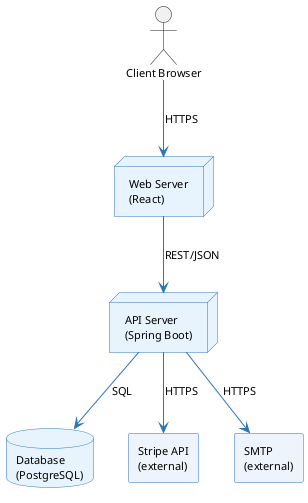
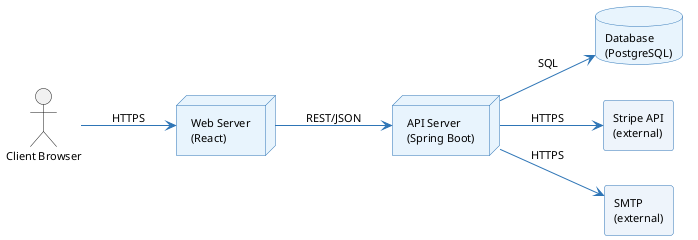
@startuml pa-deployment-en
skinparam defaultFontSize 11
skinparam shadowing false
skinparam ArrowColor #2E75B6
skinparam nodeBorderColor #2E75B6
skinparam nodeBackgroundColor #E8F4FD
skinparam databaseBorderColor #2E75B6
skinparam databaseBackgroundColor #E8F4FD
skinparam rectangleBorderColor #2E75B6
skinparam rectangleBackgroundColor #EEF4FB
+ 
+ left to right direction

actor "Client Browser" as Client

node "Web Server\n(React)" as Web
node "API Server\n(Spring Boot)" as API
database "Database\n(PostgreSQL)" as DB
rectangle "Stripe API\n(external)" as Stripe
rectangle "SMTP\n(external)" as SMTP

Client --> Web : HTTPS
Web --> API : REST/JSON
API --> DB : SQL
API --> Stripe : HTTPS
API --> SMTP : HTTPS

@enduml
